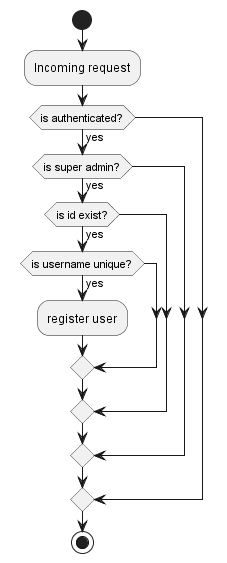
nashrul-be/crm keeps this PlantUML diagram as plantuml/admin/delete admin.png. Above is the earlier version.
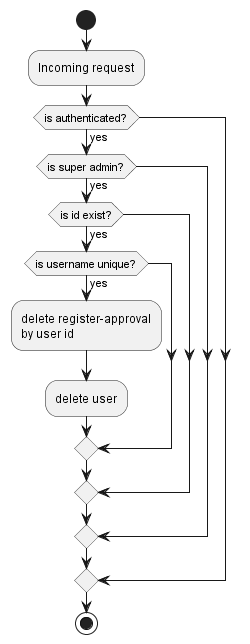
After the change.

Commit message:
adjust delete admin activity diagram according to code

What changed in the source:
```diff
@@ -6,7 +6,9 @@
   if (is super admin?) then (yes)
     if (is id exist?) then (yes)
       if (is username unique?) then (yes)
-        :register user;
+        :delete register-approval
+        by user id ;
+        :delete user;
       endif
     endif
   endif
```
